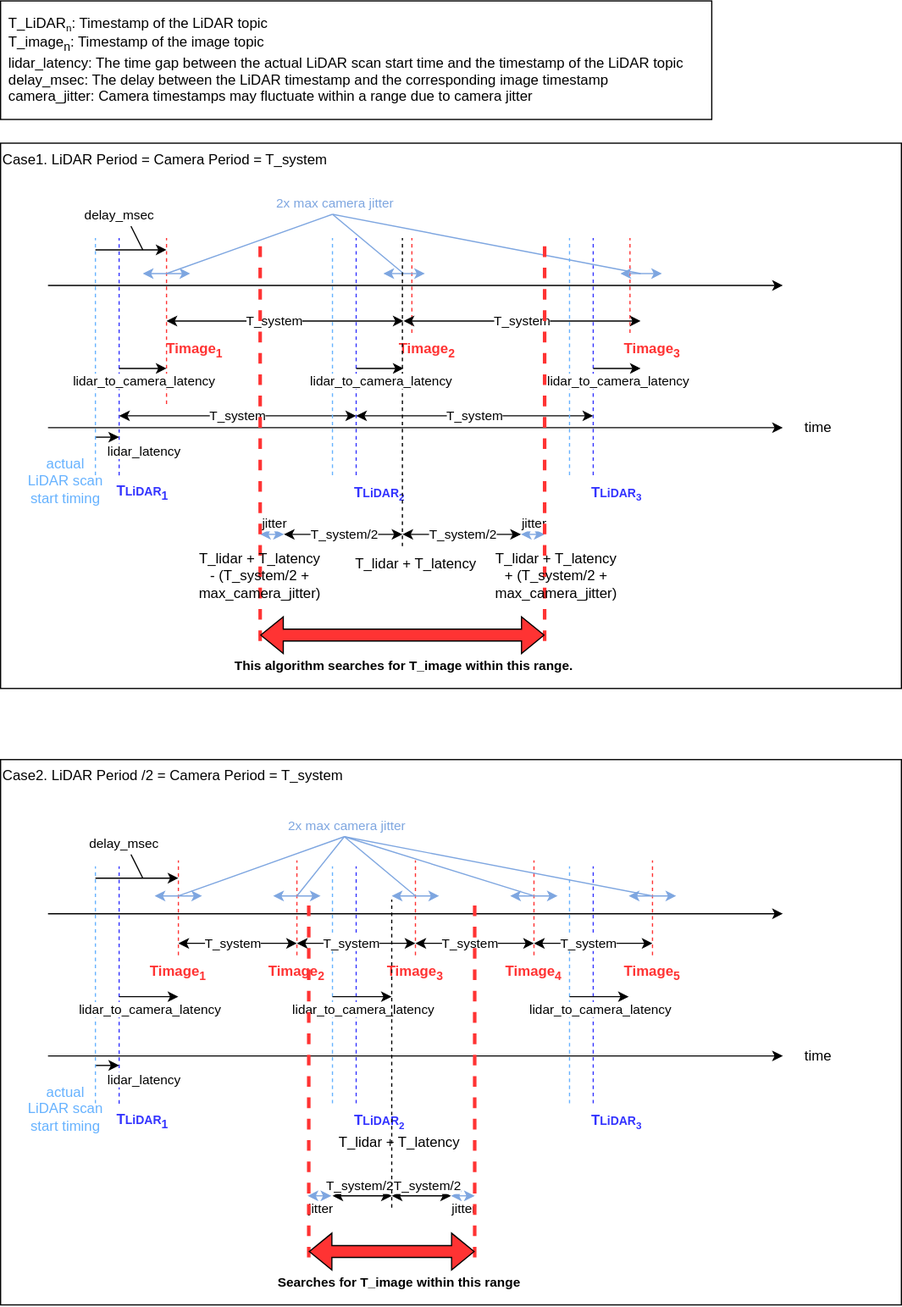
Before: docs/frame_matching.drawio.svg, a diagram exported from draw.io (tier4/tier4_perception_dataset). Source tidied: cells renumbered, new cells last; positions are measured from the earlier drawing's top-left corner, leaving out a move shared by most shapes.
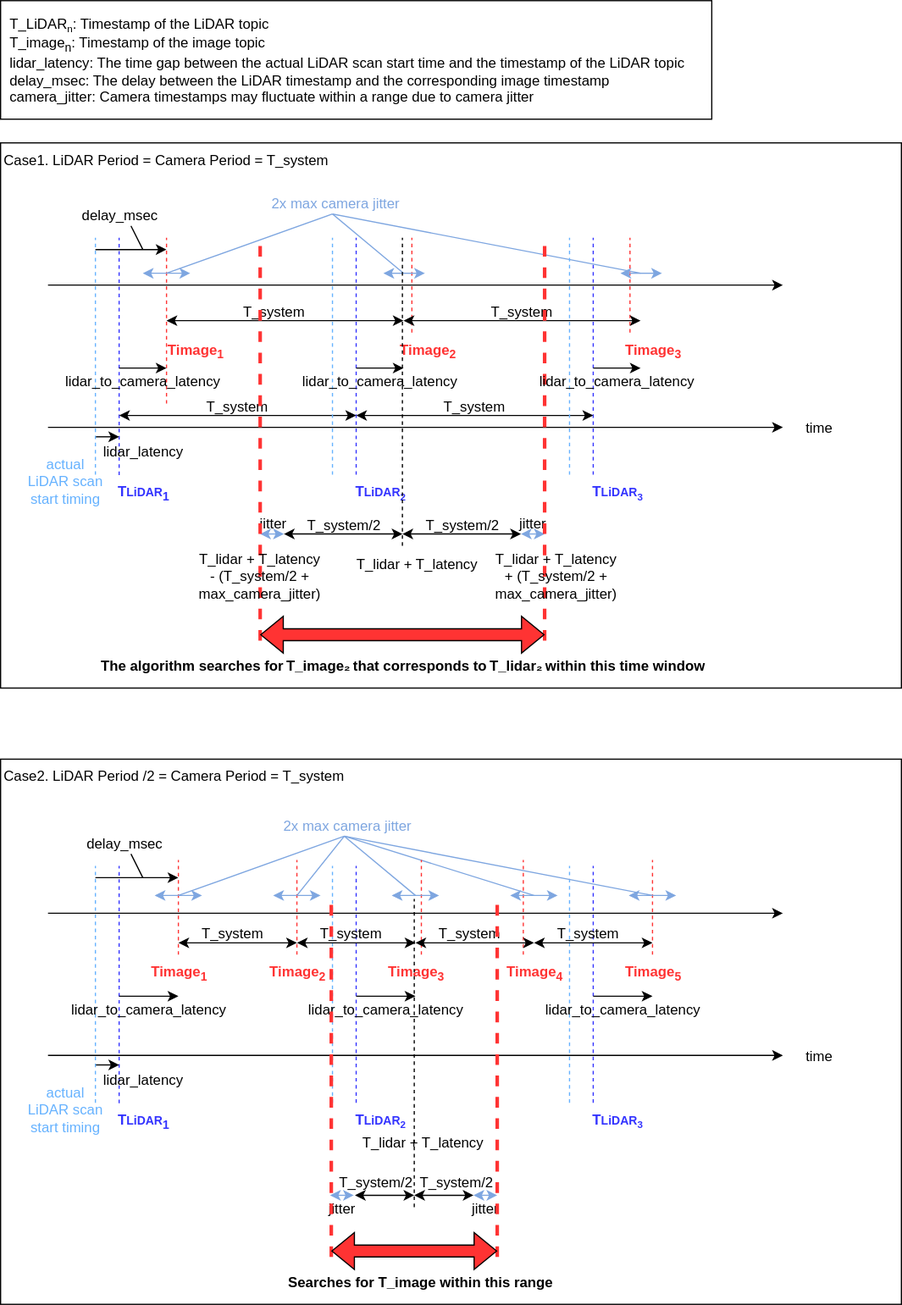
The same file after the commit.

Commit message:
fix frame matching figure

Change to the diagram source:
```diff
@@ -106,7 +106,7 @@
     </mxCell>
     <mxCell id="24" value="T_system" style="edgeLabel;html=1;align=center;verticalAlign=middle;" parent="23" vertex="1">
       <mxGeometry x="0.09" y="1" relative="1" as="geometry">
-        <mxPoint x="-10" as="offset" />
+        <mxPoint x="-10" y="-8" as="offset" />
       </mxGeometry>
     </mxCell>
     <mxCell id="25" style="endArrow=classic;startArrow=classic;html=1;rounded=0;" parent="1" edge="1">
@@ -117,7 +117,7 @@
     </mxCell>
     <mxCell id="26" value="T_system" style="edgeLabel;html=1;align=center;verticalAlign=middle;" parent="25" vertex="1">
       <mxGeometry x="0.09" y="1" relative="1" as="geometry">
-        <mxPoint x="-10" as="offset" />
+        <mxPoint x="-10" y="-8" as="offset" />
       </mxGeometry>
     </mxCell>
     <mxCell id="27" style="endArrow=classic;startArrow=classic;html=1;rounded=0;" parent="1" edge="1">
@@ -128,7 +128,7 @@
     </mxCell>
     <mxCell id="28" value="T_system" style="edgeLabel;html=1;align=center;verticalAlign=middle;" parent="27" vertex="1">
       <mxGeometry x="0.09" y="1" relative="1" as="geometry">
-        <mxPoint x="-10" as="offset" />
+        <mxPoint x="-10" y="-8" as="offset" />
       </mxGeometry>
     </mxCell>
     <mxCell id="29" style="endArrow=classic;startArrow=classic;html=1;rounded=0;" parent="1" edge="1">
@@ -139,7 +139,7 @@
     </mxCell>
     <mxCell id="30" value="T_system" style="edgeLabel;html=1;align=center;verticalAlign=middle;" parent="29" vertex="1">
       <mxGeometry x="0.09" y="1" relative="1" as="geometry">
-        <mxPoint x="-19" as="offset" />
+        <mxPoint x="-19" y="-8" as="offset" />
       </mxGeometry>
     </mxCell>
     <mxCell id="31" style="endArrow=none;html=1;rounded=0;strokeColor=#7EA6E0;" parent="1" edge="1">
@@ -228,7 +228,7 @@
     </mxCell>
     <mxCell id="47" value="T_system/2" style="edgeLabel;html=1;align=center;verticalAlign=middle;" parent="46" vertex="1">
       <mxGeometry x="0.09" y="1" relative="1" as="geometry">
-        <mxPoint x="-5" as="offset" />
+        <mxPoint x="-5" y="-8" as="offset" />
       </mxGeometry>
     </mxCell>
     <mxCell id="48" style="endArrow=classic;startArrow=classic;html=1;rounded=0;" parent="1" edge="1">
@@ -239,7 +239,7 @@
     </mxCell>
     <mxCell id="49" value="T_system/2" style="edgeLabel;html=1;align=center;verticalAlign=middle;" parent="48" vertex="1">
       <mxGeometry x="0.09" y="1" relative="1" as="geometry">
-        <mxPoint x="-5" as="offset" />
+        <mxPoint x="-5" y="-8" as="offset" />
       </mxGeometry>
     </mxCell>
     <mxCell id="50" style="endArrow=classic;startArrow=classic;html=1;rounded=0;strokeColor=#7EA6E0;fontColor=#7EA6E0;" parent="1" edge="1">
@@ -294,7 +294,7 @@
         <mxPoint x="459" y="535" as="targetPoint" />
       </mxGeometry>
     </mxCell>
-    <mxCell id="60" value="This algorithm searches for&amp;nbsp;T_image&amp;nbsp;within this range." style="edgeLabel;html=1;align=center;verticalAlign=middle;fontStyle=1;" parent="59" vertex="1">
+    <mxCell id="60" value="The algorithm searches for T_image₂ that corresponds to T_lidar₂ within this time window" style="edgeLabel;html=1;align=center;verticalAlign=middle;fontStyle=1;" parent="59" vertex="1">
       <mxGeometry x="-0.11" y="-1" relative="1" as="geometry">
         <mxPoint x="13" y="24" as="offset" />
       </mxGeometry>
@@ -450,8 +450,8 @@
     </mxCell>
     <mxCell id="90" style="endArrow=none;dashed=1;html=1;rounded=0;strokeColor=#FF3333;" parent="86" edge="1">
       <mxGeometry relative="1" as="geometry">
-        <mxPoint x="230" y="100" as="sourcePoint" />
-        <mxPoint x="230" y="20" as="targetPoint" />
+        <mxPoint x="235" y="100" as="sourcePoint" />
+        <mxPoint x="235" y="20" as="targetPoint" />
       </mxGeometry>
     </mxCell>
     <mxCell id="91" style="endArrow=none;dashed=1;html=1;rounded=0;strokeColor=#FF3333;" parent="86" edge="1">
@@ -468,8 +468,8 @@
     </mxCell>
     <mxCell id="93" style="endArrow=none;dashed=1;html=1;rounded=0;strokeColor=#FF3333;" parent="86" edge="1">
       <mxGeometry relative="1" as="geometry">
-        <mxPoint x="330" y="100" as="sourcePoint" />
-        <mxPoint x="330" y="20" as="targetPoint" />
+        <mxPoint x="321" y="100" as="sourcePoint" />
+        <mxPoint x="321" y="20" as="targetPoint" />
       </mxGeometry>
     </mxCell>
     <mxCell id="94" value="Timage&lt;sub&gt;1&lt;/sub&gt;" style="text;html=1;align=center;verticalAlign=middle;whiteSpace=wrap;rounded=0;fontColor=#FF3333;fontStyle=1;" parent="86" vertex="1">
@@ -518,7 +518,7 @@
     </mxCell>
     <mxCell id="104" value="T_system" style="edgeLabel;html=1;align=center;verticalAlign=middle;" parent="103" vertex="1">
       <mxGeometry x="0.09" y="1" relative="1" as="geometry">
-        <mxPoint x="-10" as="offset" />
+        <mxPoint x="-10" y="-8" as="offset" />
       </mxGeometry>
     </mxCell>
     <mxCell id="105" style="endArrow=none;html=1;rounded=0;strokeColor=#7EA6E0;" parent="86" edge="1">
@@ -547,7 +547,7 @@
     </mxCell>
     <mxCell id="109" value="T_system" style="edgeLabel;html=1;align=center;verticalAlign=middle;" parent="108" vertex="1">
       <mxGeometry x="0.09" y="1" relative="1" as="geometry">
-        <mxPoint x="-10" as="offset" />
+        <mxPoint x="-10" y="-8" as="offset" />
       </mxGeometry>
     </mxCell>
     <mxCell id="110" style="endArrow=classic;startArrow=classic;html=1;rounded=0;" parent="86" edge="1">
@@ -558,7 +558,7 @@
     </mxCell>
     <mxCell id="111" value="T_system" style="edgeLabel;html=1;align=center;verticalAlign=middle;" parent="110" vertex="1">
       <mxGeometry x="0.09" y="1" relative="1" as="geometry">
-        <mxPoint x="-10" as="offset" />
+        <mxPoint x="-10" y="-8" as="offset" />
       </mxGeometry>
     </mxCell>
     <mxCell id="112" style="endArrow=classic;startArrow=classic;html=1;rounded=0;" parent="86" edge="1">
@@ -569,7 +569,7 @@
     </mxCell>
     <mxCell id="113" value="T_system" style="edgeLabel;html=1;align=center;verticalAlign=middle;" parent="112" vertex="1">
       <mxGeometry x="0.09" y="1" relative="1" as="geometry">
-        <mxPoint x="-10" as="offset" />
+        <mxPoint x="-10" y="-8" as="offset" />
       </mxGeometry>
     </mxCell>
     <mxCell id="114" style="endArrow=classic;startArrow=classic;html=1;rounded=0;strokeColor=#7EA6E0;" parent="86" edge="1">
@@ -586,8 +586,8 @@
     </mxCell>
     <mxCell id="116" style="endArrow=classic;html=1;rounded=0;entryX=0.5;entryY=1;entryDx=0;entryDy=0;" parent="1" edge="1">
       <mxGeometry relative="1" as="geometry">
-        <mxPoint x="280" y="840" as="sourcePoint" />
-        <mxPoint x="330" y="840" as="targetPoint" />
+        <mxPoint x="300" y="840" as="sourcePoint" />
+        <mxPoint x="350" y="840" as="targetPoint" />
       </mxGeometry>
     </mxCell>
     <mxCell id="117" value="lidar_to_camera_latency" style="edgeLabel;html=1;align=center;verticalAlign=middle;" parent="116" vertex="1">
@@ -597,8 +597,8 @@
     </mxCell>
     <mxCell id="118" style="endArrow=classic;html=1;rounded=0;" parent="1" edge="1">
       <mxGeometry relative="1" as="geometry">
-        <mxPoint x="480" y="840" as="sourcePoint" />
-        <mxPoint x="530" y="840" as="targetPoint" />
+        <mxPoint x="500" y="840" as="sourcePoint" />
+        <mxPoint x="550" y="840" as="targetPoint" />
       </mxGeometry>
     </mxCell>
     <mxCell id="119" value="lidar_to_camera_latency" style="edgeLabel;html=1;align=center;verticalAlign=middle;" parent="118" vertex="1">
@@ -607,7 +607,7 @@
       </mxGeometry>
     </mxCell>
     <mxCell id="120" style="group;" parent="1" vertex="1">
-      <mxGeometry x="160" y="758" width="350" height="340" as="geometry" />
+      <mxGeometry x="179" y="758" width="350" height="340" as="geometry" />
     </mxCell>
     <mxCell id="121" value="&amp;nbsp;T_lidar + T_latency" style="text;html=1;align=center;verticalAlign=middle;whiteSpace=wrap;rounded=0;" parent="120" vertex="1">
       <mxGeometry x="120" y="190" width="110" height="30" as="geometry" />
@@ -620,7 +620,7 @@
     </mxCell>
     <mxCell id="123" value="T_system/2" style="edgeLabel;html=1;align=center;verticalAlign=middle;" parent="122" vertex="1">
       <mxGeometry x="0.09" y="1" relative="1" as="geometry">
-        <mxPoint x="-5" y="-8" as="offset" />
+        <mxPoint x="-9.5" y="-11" as="offset" />
       </mxGeometry>
     </mxCell>
     <mxCell id="124" style="endArrow=classic;startArrow=classic;html=1;rounded=0;strokeColor=#7EA6E0;fontColor=#7EA6E0;" parent="120" edge="1">
@@ -682,7 +682,7 @@
     </mxCell>
     <mxCell id="134" value="T_system/2" style="edgeLabel;html=1;align=center;verticalAlign=middle;" parent="133" vertex="1">
       <mxGeometry x="0.09" y="1" relative="1" as="geometry">
-        <mxPoint x="2" y="-8" as="offset" />
+        <mxPoint x="8.5" y="-11" as="offset" />
       </mxGeometry>
     </mxCell>
   </root>
```
